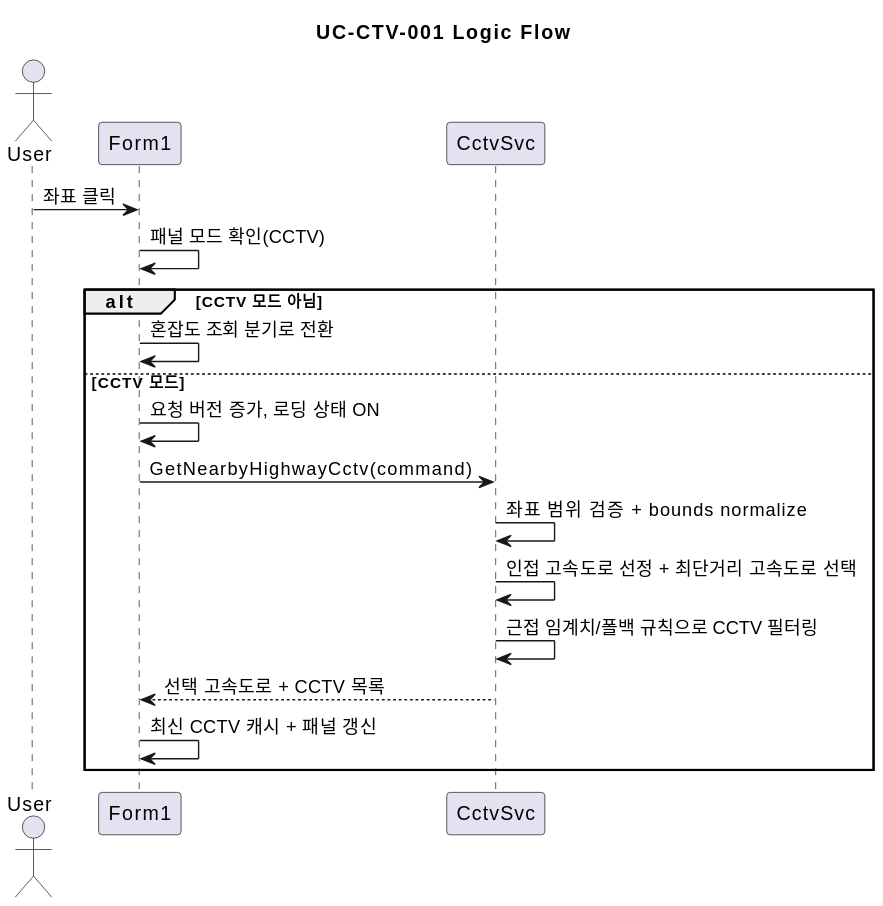
omegafrog/TrafficSolution keeps this PlantUML diagram as docs/images/plantuml/usecase-spec-12.svg. Above is the earlier version. Its diagram source:
```plantuml
@startuml
title UC-CTV-001 Logic Flow

actor User
participant Form1
participant CctvSvc

User -> Form1 : 좌표 클릭
Form1 -> Form1 : 패널 모드 확인(CCTV)
alt CCTV 모드 아님
  Form1 -> Form1 : 혼잡도 조회 분기로 전환
else CCTV 모드
  Form1 -> Form1 : 요청 버전 증가, 로딩 상태 ON
  Form1 -> CctvSvc : GetNearbyHighwayCctv(command)
  CctvSvc -> CctvSvc : 좌표 범위 검증 + bounds normalize
  CctvSvc -> CctvSvc : 인접 고속도로 선정 + 최단거리 고속도로 선택
  CctvSvc -> CctvSvc : 근접 임계치/폴백 규칙으로 CCTV 필터링
  CctvSvc --> Form1 : 선택 고속도로 + CCTV 목록
  Form1 -> Form1 : 최신 CCTV 캐시 + 패널 갱신
end
@enduml
```
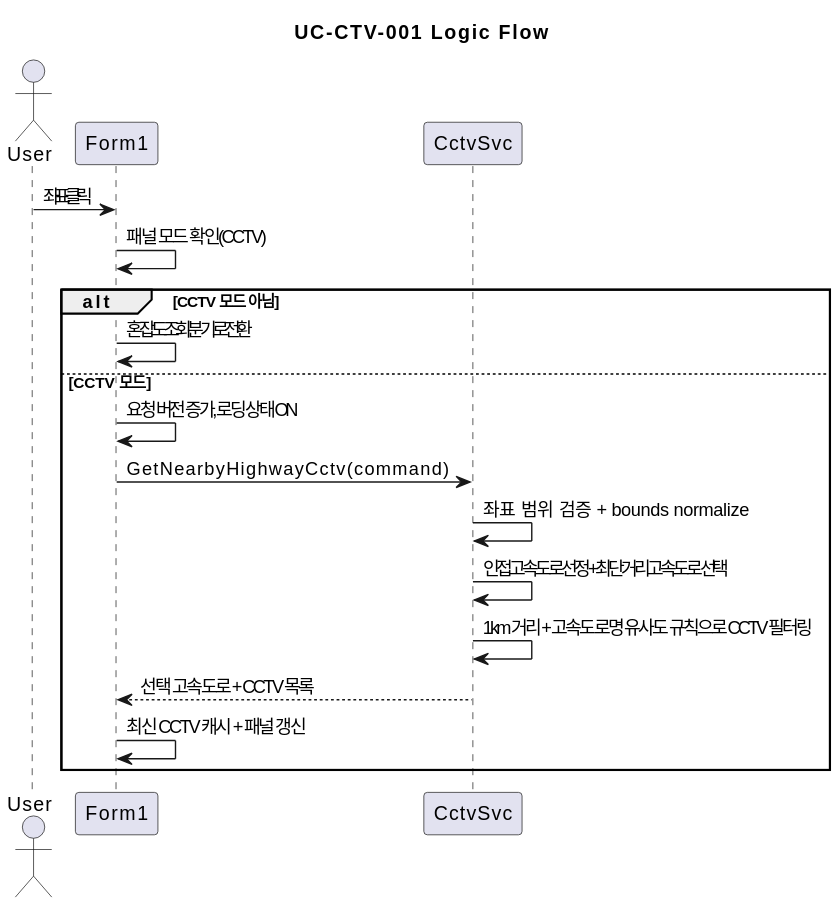
After the change.

Commit message:
docs: UC-CTV-001 렌더링 SVG를 최신 필터 규칙으로 재생성

Change to the diagram source:
```diff
@@ -14,7 +14,7 @@
   Form1 -> CctvSvc : GetNearbyHighwayCctv(command)
   CctvSvc -> CctvSvc : 좌표 범위 검증 + bounds normalize
   CctvSvc -> CctvSvc : 인접 고속도로 선정 + 최단거리 고속도로 선택
-  CctvSvc -> CctvSvc : 근접 임계치/폴백 규칙으로 CCTV 필터링
+  CctvSvc -> CctvSvc : 1km 거리 + 고속도로명 유사도 규칙으로 CCTV 필터링
   CctvSvc --> Form1 : 선택 고속도로 + CCTV 목록
   Form1 -> Form1 : 최신 CCTV 캐시 + 패널 갱신
 end
```
